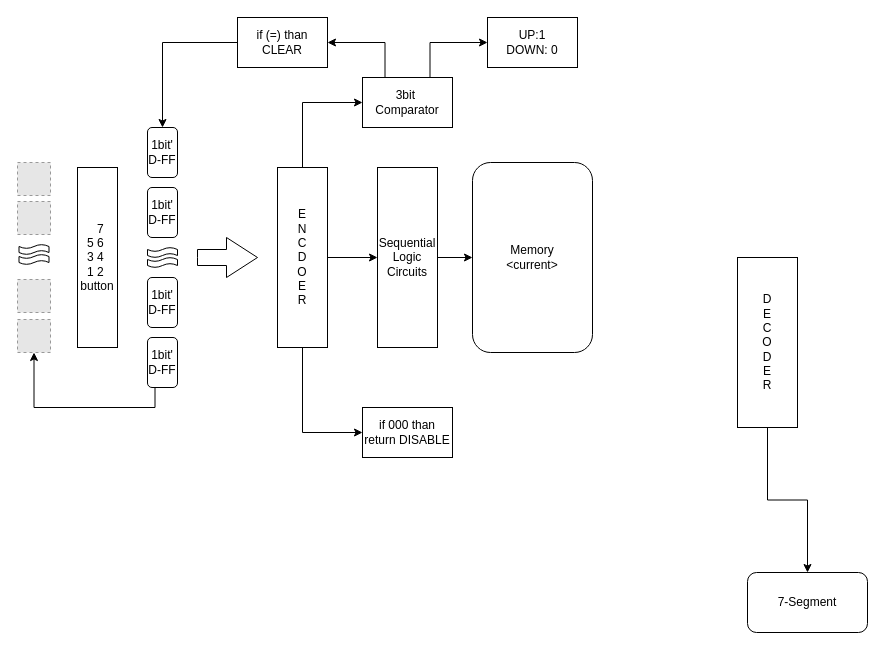
The draw.io diagram 발표용_4비트엘리베이터.drawio in CherryPichu/Elevator_Controller, before the edit. Source tidied: cells renumbered, new cells numbered last; positions are measured from the earlier drawing's top-left corner, leaving out a move shared by most shapes. Both pictures are drawn from the tidied source at 100%, with x=0, y=0 at pixel (17, 17). Pictures stored in the file or linked from it are replaced by grey dashed boxes.
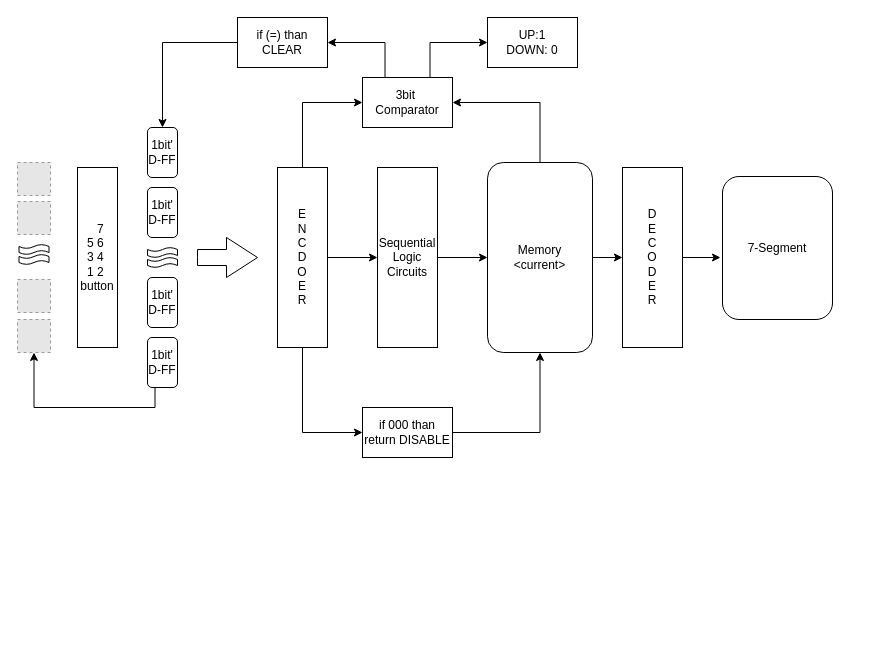
The same page after the edit.

Commit message (it also covers changes not shown here):
Update 발표용_4비트엘리베이터.drawio

The change refers to these unchanged cells:
```xml
<mxCell id="6" value="3bit&amp;nbsp; Comparator" style="rounded=1;whiteSpace=wrap;html=1;arcSize=0;" parent="1" vertex="1">
  <mxGeometry x="345" y="60" width="90" height="50" as="geometry" />
</mxCell>
<mxCell id="25" value="if 000 than&lt;br&gt;return DISABLE" style="rounded=1;whiteSpace=wrap;html=1;arcSize=0;" parent="1" vertex="1">
  <mxGeometry x="345" y="390" width="90" height="50" as="geometry" />
</mxCell>
```

The edit, as a diff of the source:
```diff
@@
     <mxCell id="12" value="7-Segment" style="rounded=1;whiteSpace=wrap;html=1;" parent="1" vertex="1">
-      <mxGeometry x="730" y="555" width="120" height="60" as="geometry" />
+      <mxGeometry x="705" y="159" width="110" height="143" as="geometry" />
     </mxCell>
-    <mxCell id="13" style="edgeStyle=orthogonalEdgeStyle;rounded=0;jettySize=auto;html=1;exitX=0.5;exitY=1;exitDx=0;exitDy=0;entryX=0.5;entryY=0;entryDx=0;entryDy=0;" parent="1" edge="1" source="14" target="12">
+    <mxCell id="13" style="edgeStyle=orthogonalEdgeStyle;rounded=0;jettySize=auto;html=1;exitX=1;exitY=0.5;exitDx=0;exitDy=0;entryX=-0.018;entryY=0.563;entryDx=0;entryDy=0;entryPerimeter=0;" parent="1" edge="1" source="14" target="12">
       <mxGeometry relative="1" as="geometry" />
     </mxCell>
     <mxCell id="14" value="D&lt;br&gt;E&lt;br&gt;C&lt;br&gt;O&lt;br&gt;D&lt;br&gt;E&lt;br&gt;R" style="rounded=1;whiteSpace=wrap;html=1;arcSize=0;" parent="1" vertex="1">
-      <mxGeometry x="720" y="240" width="60" height="170" as="geometry" />
+      <mxGeometry x="605" y="150" width="60" height="180" as="geometry" />
     </mxCell>
@@
+    <mxCell id="34" style="edgeStyle=orthogonalEdgeStyle;rounded=0;jettySize=auto;html=1;exitX=1;exitY=0.5;exitDx=0;exitDy=0;entryX=0.5;entryY=1;entryDx=0;entryDy=0;" parent="1" edge="1" source="25" target="26">
+      <mxGeometry relative="1" as="geometry" />
+    </mxCell>
@@
+    <mxCell id="35" style="edgeStyle=orthogonalEdgeStyle;rounded=0;jettySize=auto;html=1;exitX=0.5;exitY=0;exitDx=0;exitDy=0;entryX=1;entryY=0.5;entryDx=0;entryDy=0;" parent="1" edge="1" source="26" target="6">
+      <mxGeometry relative="1" as="geometry" />
+    </mxCell>
+    <mxCell id="36" style="edgeStyle=orthogonalEdgeStyle;rounded=0;jettySize=auto;html=1;exitX=1;exitY=0.5;exitDx=0;exitDy=0;entryX=0;entryY=0.5;entryDx=0;entryDy=0;" parent="1" edge="1" source="26" target="14">
+      <mxGeometry relative="1" as="geometry" />
+    </mxCell>
     <mxCell id="26" value="Memory&lt;br&gt;&amp;lt;current&amp;gt;" style="rounded=1;whiteSpace=wrap;html=1;" parent="1" vertex="1">
-      <mxGeometry x="455" y="145" width="120" height="190" as="geometry" />
+      <mxGeometry x="470" y="145" width="105" height="190" as="geometry" />
     </mxCell>
```
